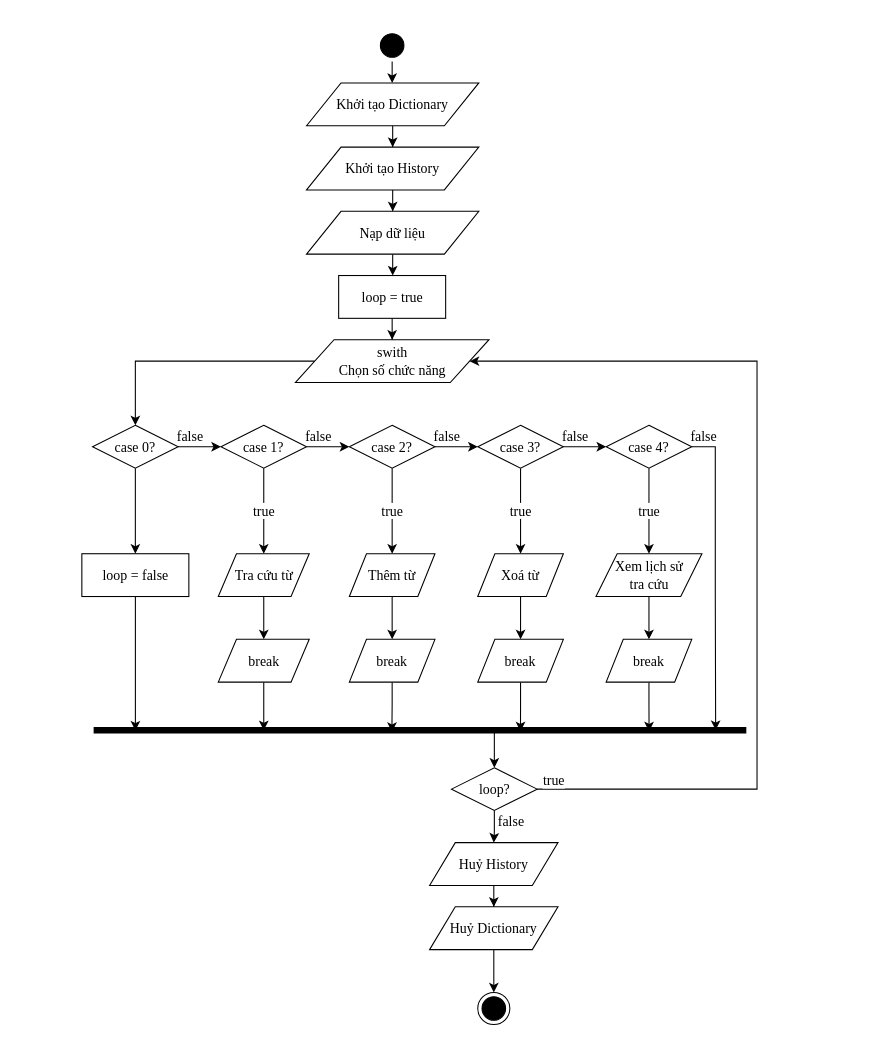
daomtthuan/dictionary keeps this draw.io diagram as page "main" (1 of 6) of docs/diagram/function.drawio. Above is the earlier version. Source tidied: cells renumbered, new cells numbered last; positions are measured from the earlier drawing's top-left corner, leaving out a move shared by most shapes. Both pictures are drawn from the tidied source at 107%, with x=0, y=0 at pixel (81, 29).
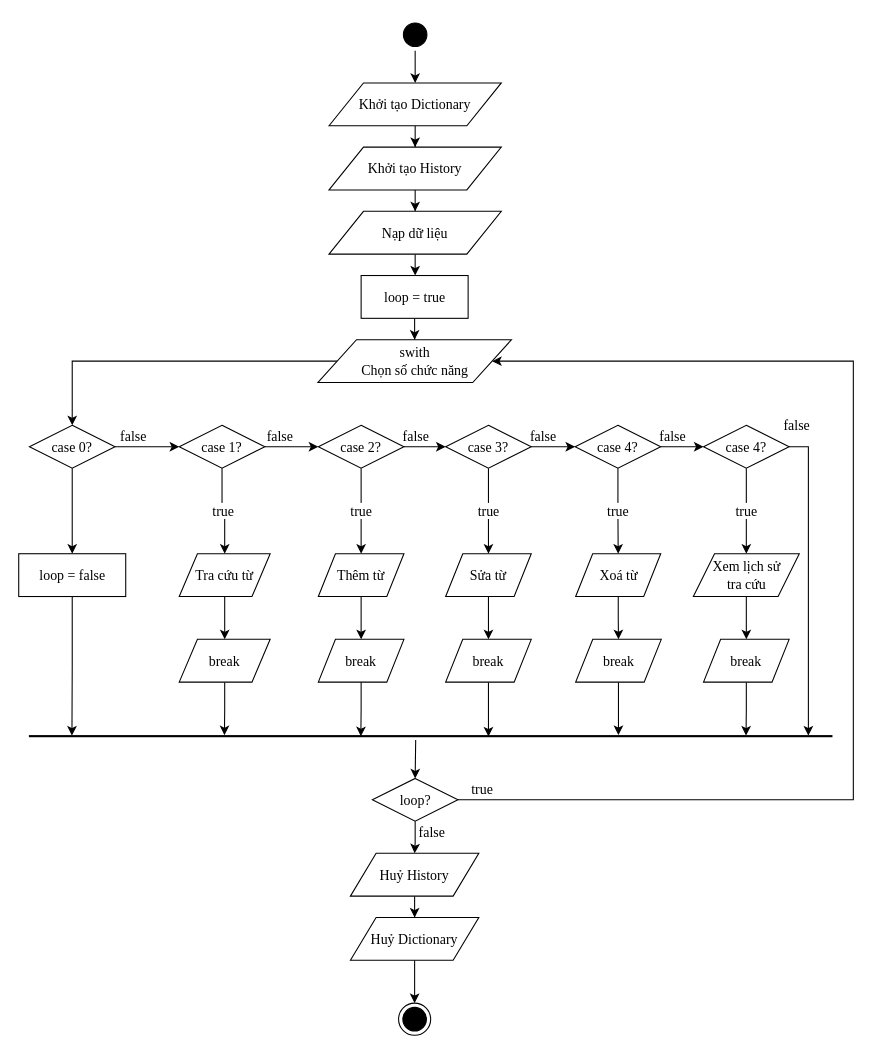
Above is the later version.

Change to the diagram source:
```diff
@@
     <mxCell id="3" style="ellipse;html=1;shape=startState;fillColor=#000000;strokeColor=#000000;" parent="1" vertex="1">
-      <mxGeometry x="275" width="30" height="30" as="geometry" />
+      <mxGeometry x="296.5" y="-10" width="30" height="30" as="geometry" />
     </mxCell>
@@
     <mxCell id="5" value="swith&lt;br&gt;Chọn số chức năng" style="shape=parallelogram;perimeter=parallelogramPerimeter;whiteSpace=wrap;html=1;dashed=0;strokeColor=#000000;fontFamily=Times New Roman;fontSize=13;" parent="1" vertex="1">
-      <mxGeometry x="199.5" y="290" width="181" height="40" as="geometry" />
+      <mxGeometry x="220.5" y="290" width="181" height="40" as="geometry" />
     </mxCell>
@@
     <mxCell id="8" value="case 0?" style="rhombus;whiteSpace=wrap;html=1;fontFamily=Times New Roman;fontSize=13;" parent="1" vertex="1">
-      <mxGeometry x="10" y="370" width="80" height="40" as="geometry" />
+      <mxGeometry x="-49" y="370" width="80" height="40" as="geometry" />
     </mxCell>
@@
     <mxCell id="11" value="case&amp;nbsp;1?" style="rhombus;whiteSpace=wrap;html=1;fontFamily=Times New Roman;fontSize=13;" parent="1" vertex="1">
-      <mxGeometry x="130" y="370" width="80" height="40" as="geometry" />
+      <mxGeometry x="91" y="370" width="80" height="40" as="geometry" />
     </mxCell>
@@
     <mxCell id="14" value="case&amp;nbsp;2?" style="rhombus;whiteSpace=wrap;html=1;fontFamily=Times New Roman;fontSize=13;" parent="1" vertex="1">
-      <mxGeometry x="250" y="370" width="80" height="40" as="geometry" />
+      <mxGeometry x="221" y="370" width="80" height="40" as="geometry" />
     </mxCell>
@@
     <mxCell id="17" value="case&amp;nbsp;3?" style="rhombus;whiteSpace=wrap;html=1;fontFamily=Times New Roman;fontSize=13;" parent="1" vertex="1">
-      <mxGeometry x="370" y="370" width="80" height="40" as="geometry" />
+      <mxGeometry x="340" y="370" width="80" height="40" as="geometry" />
     </mxCell>
@@
-    <mxCell id="19" value="false" style="edgeStyle=orthogonalEdgeStyle;rounded=0;jettySize=auto;html=1;strokeColor=#000000;fontFamily=Times New Roman;fontSize=13;entryX=0.953;entryY=0.481;entryDx=0;entryDy=0;entryPerimeter=0;" parent="1" edge="1" source="20" target="31">
-      <mxGeometry x="-0.92" y="10" relative="1" as="geometry">
-        <Array as="points">
-          <mxPoint x="592" y="390" />
-          <mxPoint x="592" y="530" />
-        </Array>
-      </mxGeometry>
-    </mxCell>
     <mxCell id="20" value="case&amp;nbsp;4?" style="rhombus;whiteSpace=wrap;html=1;fontFamily=Times New Roman;fontSize=13;" parent="1" vertex="1">
-      <mxGeometry x="490" y="370" width="80" height="40" as="geometry" />
+      <mxGeometry x="461" y="370" width="80" height="40" as="geometry" />
     </mxCell>
@@
     <mxCell id="22" value="Tra cứu từ" style="shape=parallelogram;perimeter=parallelogramPerimeter;whiteSpace=wrap;html=1;dashed=0;strokeColor=#000000;fontFamily=Times New Roman;fontSize=13;" parent="1" vertex="1">
-      <mxGeometry x="127.5" y="490" width="85" height="40" as="geometry" />
+      <mxGeometry x="91" y="490" width="85" height="40" as="geometry" />
     </mxCell>
@@
     <mxCell id="24" value="Thêm từ" style="shape=parallelogram;perimeter=parallelogramPerimeter;whiteSpace=wrap;html=1;dashed=0;strokeColor=#000000;fontFamily=Times New Roman;fontSize=13;" parent="1" vertex="1">
-      <mxGeometry x="250" y="490" width="80" height="40" as="geometry" />
+      <mxGeometry x="221" y="490" width="80" height="40" as="geometry" />
     </mxCell>
@@
-    <mxCell id="26" value="Xoá từ" style="shape=parallelogram;perimeter=parallelogramPerimeter;whiteSpace=wrap;html=1;dashed=0;strokeColor=#000000;fontFamily=Times New Roman;fontSize=13;" parent="1" vertex="1">
-      <mxGeometry x="370" y="490" width="80" height="40" as="geometry" />
+    <mxCell id="26" value="Sửa từ" style="shape=parallelogram;perimeter=parallelogramPerimeter;whiteSpace=wrap;html=1;dashed=0;strokeColor=#000000;fontFamily=Times New Roman;fontSize=13;" parent="1" vertex="1">
+      <mxGeometry x="340" y="490" width="80" height="40" as="geometry" />
     </mxCell>
@@
-    <mxCell id="28" value="Xem lịch sử&lt;br&gt;tra cứu" style="shape=parallelogram;perimeter=parallelogramPerimeter;whiteSpace=wrap;html=1;dashed=0;strokeColor=#000000;fontFamily=Times New Roman;fontSize=13;" parent="1" vertex="1">
-      <mxGeometry x="480.5" y="490" width="99" height="40" as="geometry" />
+    <mxCell id="28" value="Xoá từ" style="shape=parallelogram;perimeter=parallelogramPerimeter;whiteSpace=wrap;html=1;dashed=0;strokeColor=#000000;fontFamily=Times New Roman;fontSize=13;" parent="1" vertex="1">
+      <mxGeometry x="461.5" y="490" width="79.5" height="40" as="geometry" />
     </mxCell>
     <mxCell id="29" style="ellipse;html=1;shape=endState;fillColor=#000000;strokeColor=#000000;fontFamily=Times New Roman;fontSize=13;" parent="1" vertex="1">
-      <mxGeometry x="370" y="900" width="30" height="30" as="geometry" />
+      <mxGeometry x="296" y="910" width="30" height="30" as="geometry" />
     </mxCell>
-    <mxCell id="30" style="edgeStyle=orthogonalEdgeStyle;rounded=0;jettySize=auto;html=1;strokeColor=#000000;fontFamily=Times New Roman;fontSize=13;entryX=0.5;entryY=0;entryDx=0;entryDy=0;exitX=0.611;exitY=0.58;exitDx=0;exitDy=0;exitPerimeter=0;" parent="1" edge="1" source="31" target="51">
-      <mxGeometry relative="1" as="geometry" />
+    <mxCell id="30" style="edgeStyle=orthogonalEdgeStyle;rounded=0;jettySize=auto;html=1;strokeColor=#000000;fontFamily=Times New Roman;fontSize=13;entryX=0.5;entryY=0;entryDx=0;entryDy=0;" parent="1" edge="1" target="51">
+      <mxGeometry relative="1" as="geometry">
+        <mxPoint x="312" y="664" as="sourcePoint" />
+      </mxGeometry>
     </mxCell>
-    <mxCell id="31" style="shape=line;html=1;strokeWidth=6;strokeColor=#000000;" parent="1" vertex="1">
-      <mxGeometry x="11" y="650" width="610" height="10" as="geometry" />
-    </mxCell>
-    <mxCell id="32" style="edgeStyle=orthogonalEdgeStyle;rounded=0;jettySize=auto;html=1;strokeColor=#000000;fontFamily=Times New Roman;fontSize=13;" parent="1" edge="1" source="33">
-      <mxGeometry relative="1" as="geometry">
-        <mxPoint x="170" y="655" as="targetPoint" />
-        <Array as="points">
-          <mxPoint x="170" y="640" />
-          <mxPoint x="170" y="640" />
-        </Array>
-      </mxGeometry>
+    <mxCell id="32" style="edgeStyle=orthogonalEdgeStyle;rounded=0;jettySize=auto;html=1;strokeColor=#000000;fontFamily=Times New Roman;fontSize=13;exitX=0.5;exitY=1;exitDx=0;exitDy=0;entryX=0.243;entryY=-0.406;entryDx=0;entryDy=0;entryPerimeter=0;" parent="1" edge="1" source="33" target="59">
+      <mxGeometry relative="1" as="geometry" />
     </mxCell>
     <mxCell id="33" value="break" style="shape=parallelogram;perimeter=parallelogramPerimeter;whiteSpace=wrap;html=1;dashed=0;strokeColor=#000000;fontFamily=Times New Roman;fontSize=13;" parent="1" vertex="1">
-      <mxGeometry x="127.5" y="570" width="85" height="40" as="geometry" />
+      <mxGeometry x="91" y="570" width="85" height="40" as="geometry" />
     </mxCell>
-    <mxCell id="34" style="edgeStyle=orthogonalEdgeStyle;rounded=0;jettySize=auto;html=1;strokeColor=#000000;fontFamily=Times New Roman;fontSize=13;entryX=0.457;entryY=0.656;entryDx=0;entryDy=0;entryPerimeter=0;exitX=0.5;exitY=1;exitDx=0;exitDy=0;" parent="1" edge="1" source="52" target="31">
-      <mxGeometry relative="1" as="geometry" />
-    </mxCell>
-    <mxCell id="35" style="edgeStyle=orthogonalEdgeStyle;rounded=0;jettySize=auto;html=1;strokeColor=#000000;fontFamily=Times New Roman;fontSize=13;entryX=0.654;entryY=0.607;entryDx=0;entryDy=0;entryPerimeter=0;" parent="1" edge="1" source="36" target="31">
-      <mxGeometry relative="1" as="geometry" />
-    </mxCell>
+    <mxCell id="57" style="edgeStyle=orthogonalEdgeStyle;rounded=0;jettySize=auto;html=1;entryX=0.572;entryY=0.867;entryDx=0;entryDy=0;entryPerimeter=0;" parent="1" edge="1" source="36" target="59">
+      <mxGeometry relative="1" as="geometry" />
+    </mxCell>
     <mxCell id="36" value="break" style="shape=parallelogram;perimeter=parallelogramPerimeter;whiteSpace=wrap;html=1;dashed=0;strokeColor=#000000;fontFamily=Times New Roman;fontSize=13;" parent="1" vertex="1">
-      <mxGeometry x="370" y="570" width="80" height="40" as="geometry" />
+      <mxGeometry x="340" y="570" width="80" height="40" as="geometry" />
     </mxCell>
-    <mxCell id="37" style="edgeStyle=orthogonalEdgeStyle;rounded=0;jettySize=auto;html=1;entryX=0.851;entryY=0.607;entryDx=0;entryDy=0;entryPerimeter=0;strokeColor=#000000;fontFamily=Times New Roman;fontSize=13;" parent="1" edge="1" source="38" target="31">
-      <mxGeometry relative="1" as="geometry" />
-    </mxCell>
+    <mxCell id="58" style="edgeStyle=orthogonalEdgeStyle;rounded=0;jettySize=auto;html=1;entryX=0.734;entryY=-0.467;entryDx=0;entryDy=0;entryPerimeter=0;" parent="1" edge="1" source="38" target="59">
+      <mxGeometry relative="1" as="geometry" />
+    </mxCell>
     <mxCell id="38" value="break" style="shape=parallelogram;perimeter=parallelogramPerimeter;whiteSpace=wrap;html=1;dashed=0;strokeColor=#000000;fontFamily=Times New Roman;fontSize=13;" parent="1" vertex="1">
-      <mxGeometry x="490" y="570" width="80" height="40" as="geometry" />
+      <mxGeometry x="461.5" y="570" width="80" height="40" as="geometry" />
     </mxCell>
@@
     <mxCell id="40" value="Khởi tạo Dictionary" style="shape=parallelogram;perimeter=parallelogramPerimeter;whiteSpace=wrap;html=1;dashed=0;strokeColor=#000000;fontFamily=Times New Roman;fontSize=13;" parent="1" vertex="1">
-      <mxGeometry x="210" y="50" width="161" height="40" as="geometry" />
+      <mxGeometry x="231" y="50" width="161" height="40" as="geometry" />
     </mxCell>
@@
     <mxCell id="42" value="Khởi tạo History" style="shape=parallelogram;perimeter=parallelogramPerimeter;whiteSpace=wrap;html=1;dashed=0;strokeColor=#000000;fontFamily=Times New Roman;fontSize=13;" parent="1" vertex="1">
-      <mxGeometry x="210" y="110" width="161" height="40" as="geometry" />
+      <mxGeometry x="231" y="110" width="161" height="40" as="geometry" />
     </mxCell>
@@
     <mxCell id="44" value="Nạp dữ liệu" style="shape=parallelogram;perimeter=parallelogramPerimeter;whiteSpace=wrap;html=1;dashed=0;strokeColor=#000000;fontFamily=Times New Roman;fontSize=13;" parent="1" vertex="1">
-      <mxGeometry x="210" y="170" width="161" height="40" as="geometry" />
+      <mxGeometry x="231" y="170" width="161" height="40" as="geometry" />
     </mxCell>
@@
     <mxCell id="46" value="Huỷ Dictionary" style="shape=parallelogram;perimeter=parallelogramPerimeter;whiteSpace=wrap;html=1;dashed=0;strokeColor=#000000;fontFamily=Times New Roman;fontSize=13;" parent="1" vertex="1">
-      <mxGeometry x="325" y="820" width="120" height="40" as="geometry" />
+      <mxGeometry x="251" y="830" width="120" height="40" as="geometry" />
     </mxCell>
@@
     <mxCell id="48" value="Huỷ History" style="shape=parallelogram;perimeter=parallelogramPerimeter;whiteSpace=wrap;html=1;dashed=0;strokeColor=#000000;fontFamily=Times New Roman;fontSize=13;" parent="1" vertex="1">
-      <mxGeometry x="325" y="760" width="120" height="40" as="geometry" />
+      <mxGeometry x="251" y="770" width="120" height="40" as="geometry" />
     </mxCell>
-    <mxCell id="49" value="true" style="edgeStyle=orthogonalEdgeStyle;rounded=0;jettySize=auto;html=1;entryX=1;entryY=0.5;entryDx=0;entryDy=0;strokeColor=#000000;fontFamily=Times New Roman;fontSize=13;" parent="1" edge="1" source="51" target="5">
-      <mxGeometry x="-0.51" y="190" relative="1" as="geometry">
+    <mxCell id="49" value="true" style="edgeStyle=orthogonalEdgeStyle;rounded=0;jettySize=auto;html=1;entryX=1;entryY=0.5;entryDx=0;entryDy=0;strokeColor=#000000;fontFamily=Times New Roman;fontSize=13;exitX=1;exitY=0.5;exitDx=0;exitDy=0;" parent="1" edge="1" source="51" target="5">
+      <mxGeometry x="-0.96" y="10" relative="1" as="geometry">
         <Array as="points">
-          <mxPoint x="631" y="710" />
-          <mxPoint x="631" y="310" />
+          <mxPoint x="721" y="720" />
+          <mxPoint x="721" y="310" />
         </Array>
       </mxGeometry>
     </mxCell>
@@
     <mxCell id="51" value="loop?" style="rhombus;whiteSpace=wrap;html=1;fontFamily=Times New Roman;fontSize=13;" parent="1" vertex="1">
-      <mxGeometry x="345.5" y="690" width="80" height="40" as="geometry" />
+      <mxGeometry x="271.5" y="700" width="80" height="40" as="geometry" />
     </mxCell>
     <mxCell id="52" value="break" style="shape=parallelogram;perimeter=parallelogramPerimeter;whiteSpace=wrap;html=1;dashed=0;strokeColor=#000000;fontFamily=Times New Roman;fontSize=13;" parent="1" vertex="1">
-      <mxGeometry x="250" y="570" width="80" height="40" as="geometry" />
+      <mxGeometry x="221" y="570" width="80" height="40" as="geometry" />
     </mxCell>
@@
     <mxCell id="54" value="loop = true" style="html=1;dashed=0;whitespace=wrap;strokeColor=#000000;fontFamily=Times New Roman;fontSize=13;" parent="1" vertex="1">
-      <mxGeometry x="240" y="230" width="100" height="40" as="geometry" />
+      <mxGeometry x="261" y="230" width="100" height="40" as="geometry" />
     </mxCell>
-    <mxCell id="55" style="edgeStyle=orthogonalEdgeStyle;rounded=0;jettySize=auto;html=1;strokeColor=#000000;fontFamily=Times New Roman;fontSize=13;entryX=0.064;entryY=0.528;entryDx=0;entryDy=0;entryPerimeter=0;" parent="1" edge="1" source="56" target="31">
+    <mxCell id="55" style="edgeStyle=orthogonalEdgeStyle;rounded=0;jettySize=auto;html=1;strokeColor=#000000;fontFamily=Times New Roman;fontSize=13;exitX=0.5;exitY=1;exitDx=0;exitDy=0;entryX=0.053;entryY=0;entryDx=0;entryDy=0;entryPerimeter=0;" parent="1" edge="1" source="56" target="59">
       <mxGeometry relative="1" as="geometry" />
     </mxCell>
     <mxCell id="56" value="loop = false" style="html=1;dashed=0;whitespace=wrap;strokeColor=#000000;fontFamily=Times New Roman;fontSize=13;" parent="1" vertex="1">
-      <mxGeometry y="490" width="100" height="40" as="geometry" />
+      <mxGeometry x="-59" y="490" width="100" height="40" as="geometry" />
     </mxCell>
+    <mxCell id="59" style="html=1;dashed=0;whitespace=wrap;" parent="1" vertex="1">
+      <mxGeometry x="-49" y="660" width="750" height="1" as="geometry" />
+    </mxCell>
+    <mxCell id="60" style="edgeStyle=orthogonalEdgeStyle;rounded=0;jettySize=auto;html=1;strokeColor=#000000;fontFamily=Times New Roman;fontSize=13;exitX=0.5;exitY=1;exitDx=0;exitDy=0;entryX=0.413;entryY=0.558;entryDx=0;entryDy=0;entryPerimeter=0;" parent="1" edge="1" source="52" target="59">
+      <mxGeometry relative="1" as="geometry" />
+    </mxCell>
+    <mxCell id="61" value="false" style="edgeStyle=orthogonalEdgeStyle;rounded=0;jettySize=auto;html=1;entryX=0;entryY=0.5;entryDx=0;entryDy=0;strokeColor=#000000;fontFamily=Times New Roman;fontSize=13;exitX=1;exitY=0.5;exitDx=0;exitDy=0;" parent="1" edge="1" source="20" target="64">
+      <mxGeometry x="-0.45" y="10" relative="1" as="geometry" />
+    </mxCell>
+    <mxCell id="62" value="true" style="edgeStyle=orthogonalEdgeStyle;rounded=0;jettySize=auto;html=1;entryX=0.5;entryY=0;entryDx=0;entryDy=0;strokeColor=#000000;fontFamily=Times New Roman;fontSize=13;" parent="1" edge="1" source="64" target="66">
+      <mxGeometry relative="1" as="geometry" />
+    </mxCell>
+    <mxCell id="63" value="false" style="edgeStyle=orthogonalEdgeStyle;rounded=0;jettySize=auto;html=1;strokeColor=#000000;fontFamily=Times New Roman;fontSize=13;" parent="1" edge="1" source="64">
+      <mxGeometry x="-0.88" y="10" relative="1" as="geometry">
+        <mxPoint x="679" y="660" as="targetPoint" />
+        <Array as="points">
+          <mxPoint x="679" y="390" />
+        </Array>
+        <mxPoint x="-10" y="-10" as="offset" />
+      </mxGeometry>
+    </mxCell>
+    <mxCell id="64" value="case&amp;nbsp;4?" style="rhombus;whiteSpace=wrap;html=1;fontFamily=Times New Roman;fontSize=13;" parent="1" vertex="1">
+      <mxGeometry x="581" y="370" width="80" height="40" as="geometry" />
+    </mxCell>
+    <mxCell id="65" style="edgeStyle=orthogonalEdgeStyle;rounded=0;jettySize=auto;html=1;entryX=0.5;entryY=0;entryDx=0;entryDy=0;" parent="1" edge="1" source="66" target="68">
+      <mxGeometry relative="1" as="geometry" />
+    </mxCell>
+    <mxCell id="66" value="Xem lịch sử&lt;br&gt;tra cứu" style="shape=parallelogram;perimeter=parallelogramPerimeter;whiteSpace=wrap;html=1;dashed=0;strokeColor=#000000;fontFamily=Times New Roman;fontSize=13;" parent="1" vertex="1">
+      <mxGeometry x="571.5" y="490" width="99" height="40" as="geometry" />
+    </mxCell>
+    <mxCell id="67" style="edgeStyle=orthogonalEdgeStyle;rounded=0;jettySize=auto;html=1;entryX=0.893;entryY=0;entryDx=0;entryDy=0;entryPerimeter=0;" parent="1" edge="1" source="68" target="59">
+      <mxGeometry relative="1" as="geometry" />
+    </mxCell>
+    <mxCell id="68" value="break" style="shape=parallelogram;perimeter=parallelogramPerimeter;whiteSpace=wrap;html=1;dashed=0;strokeColor=#000000;fontFamily=Times New Roman;fontSize=13;" parent="1" vertex="1">
+      <mxGeometry x="581" y="570" width="80" height="40" as="geometry" />
+    </mxCell>
```
